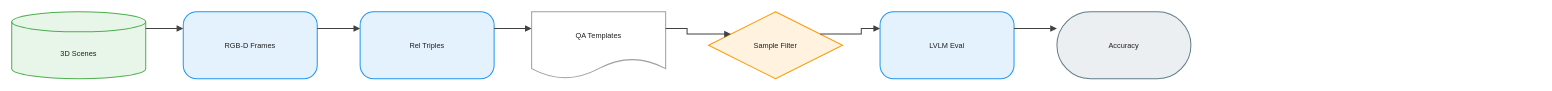
This is client/public/drawio/EmbSpatial-Bench/EmbSpatial-Bench.en.drawio from joe1chief/benchmark-hub, a draw.io file, before an edit. Source tidied: cells renumbered, new cells numbered last; positions are measured from the earlier drawing's top-left corner, leaving out a move shared by most shapes. Both pictures are drawn from the tidied source at 67%, with x=0, y=0 at pixel (11, 11).
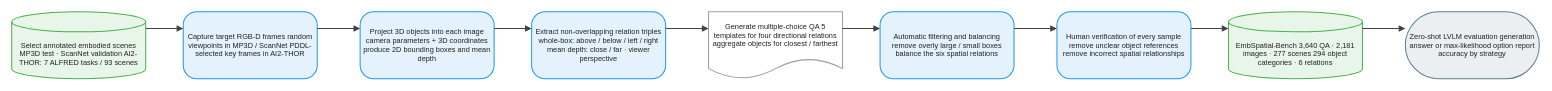
The same page after the edit.

Diff of the diagram source:
```diff
@@
 <mxGraphModel background="#FFFFFF">
   <root>
     <mxCell id="0" />
     <mxCell id="1" parent="0" />
-    <mxCell id="2" value="3D Scenes" style="shape=cylinder3;boundedLbl=1;backgroundOutline=1;size=15;html=1;whiteSpace=wrap;fillColor=#E8F5E9;strokeColor=#4CAF50;strokeWidth=1.5;fontColor=#212121;fontSize=11;fontFamily=Arial, Helvetica, sans-serif;verticalAlign=middle;align=center;" parent="1" vertex="1">
+    <mxCell id="2" value="Select annotated embodied scenes MP3D test · ScanNet validation AI2-THOR: 7 ALFRED tasks / 93 scenes" style="shape=cylinder3;boundedLbl=1;backgroundOutline=1;size=15;html=1;whiteSpace=wrap;fillColor=#E8F5E9;strokeColor=#4CAF50;strokeWidth=1.5;fontColor=#212121;fontSize=11;fontFamily=Arial, Helvetica, sans-serif;verticalAlign=middle;align=center;" parent="1" vertex="1">
       <mxGeometry width="200" height="100" as="geometry" />
     </mxCell>
-    <mxCell id="3" value="RGB-D Frames" style="rounded=1;arcSize=20;html=1;whiteSpace=wrap;fillColor=#E3F2FD;strokeColor=#2196F3;strokeWidth=1.5;fontColor=#212121;fontSize=11;fontFamily=Arial, Helvetica, sans-serif;verticalAlign=middle;align=center;" parent="1" vertex="1">
+    <mxCell id="3" value="Capture target RGB-D frames random viewpoints in MP3D / ScanNet PDDL-selected key frames in AI2-THOR" style="rounded=1;arcSize=20;html=1;whiteSpace=wrap;fillColor=#E3F2FD;strokeColor=#2196F3;strokeWidth=1.5;fontColor=#212121;fontSize=11;fontFamily=Arial, Helvetica, sans-serif;verticalAlign=middle;align=center;" parent="1" vertex="1">
       <mxGeometry x="256" width="200" height="100" as="geometry" />
     </mxCell>
-    <mxCell id="4" value="Rel Triples" style="rounded=1;arcSize=20;html=1;whiteSpace=wrap;fillColor=#E3F2FD;strokeColor=#2196F3;strokeWidth=1.5;fontColor=#212121;fontSize=11;fontFamily=Arial, Helvetica, sans-serif;verticalAlign=middle;align=center;" parent="1" vertex="1">
+    <mxCell id="4" value="Project 3D objects into each image camera parameters + 3D coordinates produce 2D bounding boxes and mean depth" style="rounded=1;arcSize=20;html=1;whiteSpace=wrap;fillColor=#E3F2FD;strokeColor=#2196F3;strokeWidth=1.5;fontColor=#212121;fontSize=11;fontFamily=Arial, Helvetica, sans-serif;verticalAlign=middle;align=center;" parent="1" vertex="1">
       <mxGeometry x="520" width="200" height="100" as="geometry" />
     </mxCell>
-    <mxCell id="5" value="QA Templates" style="shape=document;boundedLbl=1;html=1;whiteSpace=wrap;fillColor=#FFFFFF;strokeColor=#9E9E9E;strokeWidth=1.5;fontColor=#212121;fontSize=11;fontFamily=Arial, Helvetica, sans-serif;verticalAlign=middle;align=center;" parent="1" vertex="1">
+    <mxCell id="5" value="Extract non-overlapping relation triples whole-box: above / below / left / right mean depth: close / far · viewer perspective" style="rounded=1;arcSize=20;html=1;whiteSpace=wrap;fillColor=#E3F2FD;strokeColor=#2196F3;strokeWidth=1.5;fontColor=#212121;fontSize=11;fontFamily=Arial, Helvetica, sans-serif;verticalAlign=middle;align=center;" parent="1" vertex="1">
       <mxGeometry x="776" width="200" height="100" as="geometry" />
     </mxCell>
-    <mxCell id="6" value="Sample Filter" style="rhombus;html=1;whiteSpace=wrap;fillColor=#FFF3E0;strokeColor=#FF9800;strokeWidth=1.5;fontColor=#212121;fontSize=11;fontFamily=Arial, Helvetica, sans-serif;verticalAlign=middle;align=center;" parent="1" vertex="1">
+    <mxCell id="6" value="Generate multiple-choice QA 5 templates for four directional relations aggregate objects for closest / farthest" style="shape=document;boundedLbl=1;html=1;whiteSpace=wrap;fillColor=#FFFFFF;strokeColor=#9E9E9E;strokeWidth=1.5;fontColor=#212121;fontSize=11;fontFamily=Arial, Helvetica, sans-serif;verticalAlign=middle;align=center;" parent="1" vertex="1">
       <mxGeometry x="1040" width="200" height="100" as="geometry" />
     </mxCell>
-    <mxCell id="7" value="LVLM Eval" style="rounded=1;arcSize=20;html=1;whiteSpace=wrap;fillColor=#E3F2FD;strokeColor=#2196F3;strokeWidth=1.5;fontColor=#212121;fontSize=11;fontFamily=Arial, Helvetica, sans-serif;verticalAlign=middle;align=center;" parent="1" vertex="1">
+    <mxCell id="7" value="Automatic filtering and balancing remove overly large / small boxes balance the six spatial relations" style="rounded=1;arcSize=20;html=1;whiteSpace=wrap;fillColor=#E3F2FD;strokeColor=#2196F3;strokeWidth=1.5;fontColor=#212121;fontSize=11;fontFamily=Arial, Helvetica, sans-serif;verticalAlign=middle;align=center;" parent="1" vertex="1">
       <mxGeometry x="1296" width="200" height="100" as="geometry" />
     </mxCell>
-    <mxCell id="8" value="Accuracy" style="rounded=1;arcSize=50;html=1;whiteSpace=wrap;fillColor=#ECEFF1;strokeColor=#607D8B;strokeWidth=1.5;fontColor=#212121;fontSize=11;fontFamily=Arial, Helvetica, sans-serif;verticalAlign=middle;align=center;" parent="1" vertex="1">
+    <mxCell id="8" value="Human verification of every sample remove unclear object references remove incorrect spatial relationships" style="rounded=1;arcSize=20;html=1;whiteSpace=wrap;fillColor=#E3F2FD;strokeColor=#2196F3;strokeWidth=1.5;fontColor=#212121;fontSize=11;fontFamily=Arial, Helvetica, sans-serif;verticalAlign=middle;align=center;" parent="1" vertex="1">
       <mxGeometry x="1560" width="200" height="100" as="geometry" />
     </mxCell>
-    <mxCell id="9" style="edgeStyle=orthogonalEdgeStyle;rounded=0;jettySize=auto;html=1;strokeColor=#424242;strokeWidth=1.5;endArrow=block;endFill=1;exitX=1;exitY=0.25;exitDx=0;exitDy=0;entryX=0;entryY=0.25;entryDx=0;entryDy=0;jumpStyle=arc;jumpSize=8;" parent="1" edge="1" source="2" target="3">
-      <mxGeometry relative="1" as="geometry" />
+    <mxCell id="9" value="EmbSpatial-Bench 3,640 QA · 2,181 images · 277 scenes 294 object categories · 6 relations" style="shape=cylinder3;boundedLbl=1;backgroundOutline=1;size=15;html=1;whiteSpace=wrap;fillColor=#E8F5E9;strokeColor=#4CAF50;strokeWidth=1.5;fontColor=#212121;fontSize=11;fontFamily=Arial, Helvetica, sans-serif;verticalAlign=middle;align=center;" parent="1" vertex="1">
+      <mxGeometry x="1816" width="200" height="100" as="geometry" />
     </mxCell>
-    <mxCell id="10" style="edgeStyle=orthogonalEdgeStyle;rounded=0;jettySize=auto;html=1;strokeColor=#424242;strokeWidth=1.5;endArrow=block;endFill=1;exitX=1;exitY=0.25;exitDx=0;exitDy=0;entryX=0;entryY=0.25;entryDx=0;entryDy=0;jumpStyle=arc;jumpSize=8;" parent="1" edge="1" source="3" target="4">
-      <mxGeometry relative="1" as="geometry" />
+    <mxCell id="10" value="Zero-shot LVLM evaluation generation answer or max-likelihood option report accuracy by strategy" style="rounded=1;arcSize=50;html=1;whiteSpace=wrap;fillColor=#ECEFF1;strokeColor=#607D8B;strokeWidth=1.5;fontColor=#212121;fontSize=11;fontFamily=Arial, Helvetica, sans-serif;verticalAlign=middle;align=center;" parent="1" vertex="1">
+      <mxGeometry x="2080" width="200" height="100" as="geometry" />
     </mxCell>
-    <mxCell id="11" style="edgeStyle=orthogonalEdgeStyle;rounded=0;jettySize=auto;html=1;strokeColor=#424242;strokeWidth=1.5;endArrow=block;endFill=1;exitX=1;exitY=0.25;exitDx=0;exitDy=0;entryX=0;entryY=0.25;entryDx=0;entryDy=0;jumpStyle=arc;jumpSize=8;" parent="1" edge="1" source="4" target="5">
+    <mxCell id="11" style="edgeStyle=orthogonalEdgeStyle;rounded=0;jettySize=auto;html=1;strokeColor=#424242;strokeWidth=1.5;endArrow=block;endFill=1;exitX=1;exitY=0.25;exitDx=0;exitDy=0;entryX=0;entryY=0.25;entryDx=0;entryDy=0;jumpStyle=arc;jumpSize=8;" parent="1" edge="1" source="2" target="3">
       <mxGeometry relative="1" as="geometry" />
     </mxCell>
-    <mxCell id="12" style="edgeStyle=orthogonalEdgeStyle;rounded=0;jettySize=auto;html=1;strokeColor=#424242;strokeWidth=1.5;endArrow=block;endFill=1;exitX=1;exitY=0.25;exitDx=0;exitDy=0;entryX=0;entryY=0.25;entryDx=0;entryDy=0;jumpStyle=arc;jumpSize=8;" parent="1" edge="1" source="5" target="6">
+    <mxCell id="12" style="edgeStyle=orthogonalEdgeStyle;rounded=0;jettySize=auto;html=1;strokeColor=#424242;strokeWidth=1.5;endArrow=block;endFill=1;exitX=1;exitY=0.25;exitDx=0;exitDy=0;entryX=0;entryY=0.25;entryDx=0;entryDy=0;jumpStyle=arc;jumpSize=8;" parent="1" edge="1" source="3" target="4">
       <mxGeometry relative="1" as="geometry" />
     </mxCell>
-    <mxCell id="13" style="edgeStyle=orthogonalEdgeStyle;rounded=0;jettySize=auto;html=1;strokeColor=#424242;strokeWidth=1.5;endArrow=block;endFill=1;exitX=1;exitY=0.25;exitDx=0;exitDy=0;entryX=0;entryY=0.25;entryDx=0;entryDy=0;jumpStyle=arc;jumpSize=8;" parent="1" edge="1" source="6" target="7">
+    <mxCell id="13" style="edgeStyle=orthogonalEdgeStyle;rounded=0;jettySize=auto;html=1;strokeColor=#424242;strokeWidth=1.5;endArrow=block;endFill=1;exitX=1;exitY=0.25;exitDx=0;exitDy=0;entryX=0;entryY=0.25;entryDx=0;entryDy=0;jumpStyle=arc;jumpSize=8;" parent="1" edge="1" source="4" target="5">
       <mxGeometry relative="1" as="geometry" />
     </mxCell>
-    <mxCell id="14" style="edgeStyle=orthogonalEdgeStyle;rounded=0;jettySize=auto;html=1;strokeColor=#424242;strokeWidth=1.5;endArrow=block;endFill=1;exitX=1;exitY=0.25;exitDx=0;exitDy=0;entryX=0;entryY=0.25;entryDx=0;entryDy=0;jumpStyle=arc;jumpSize=8;" parent="1" edge="1" source="7" target="8">
+    <mxCell id="14" style="edgeStyle=orthogonalEdgeStyle;rounded=0;jettySize=auto;html=1;strokeColor=#424242;strokeWidth=1.5;endArrow=block;endFill=1;exitX=1;exitY=0.25;exitDx=0;exitDy=0;entryX=0;entryY=0.25;entryDx=0;entryDy=0;jumpStyle=arc;jumpSize=8;" parent="1" edge="1" source="5" target="6">
       <mxGeometry relative="1" as="geometry" />
     </mxCell>
+    <mxCell id="15" style="edgeStyle=orthogonalEdgeStyle;rounded=0;jettySize=auto;html=1;strokeColor=#424242;strokeWidth=1.5;endArrow=block;endFill=1;exitX=1;exitY=0.25;exitDx=0;exitDy=0;entryX=0;entryY=0.25;entryDx=0;entryDy=0;jumpStyle=arc;jumpSize=8;" parent="1" edge="1" source="6" target="7">
+      <mxGeometry relative="1" as="geometry" />
+    </mxCell>
+    <mxCell id="16" style="edgeStyle=orthogonalEdgeStyle;rounded=0;jettySize=auto;html=1;strokeColor=#424242;strokeWidth=1.5;endArrow=block;endFill=1;exitX=1;exitY=0.25;exitDx=0;exitDy=0;entryX=0;entryY=0.25;entryDx=0;entryDy=0;jumpStyle=arc;jumpSize=8;" parent="1" edge="1" source="7" target="8">
+      <mxGeometry relative="1" as="geometry" />
+    </mxCell>
+    <mxCell id="17" style="edgeStyle=orthogonalEdgeStyle;rounded=0;jettySize=auto;html=1;strokeColor=#424242;strokeWidth=1.5;endArrow=block;endFill=1;exitX=1;exitY=0.25;exitDx=0;exitDy=0;entryX=0;entryY=0.25;entryDx=0;entryDy=0;jumpStyle=arc;jumpSize=8;" parent="1" edge="1" source="8" target="9">
+      <mxGeometry relative="1" as="geometry" />
+    </mxCell>
+    <mxCell id="18" style="edgeStyle=orthogonalEdgeStyle;rounded=0;jettySize=auto;html=1;strokeColor=#424242;strokeWidth=1.5;endArrow=block;endFill=1;exitX=1;exitY=0.25;exitDx=0;exitDy=0;entryX=0;entryY=0.25;entryDx=0;entryDy=0;jumpStyle=arc;jumpSize=8;" parent="1" edge="1" source="9" target="10">
+      <mxGeometry relative="1" as="geometry" />
+    </mxCell>
   </root>
 </mxGraphModel>
```
